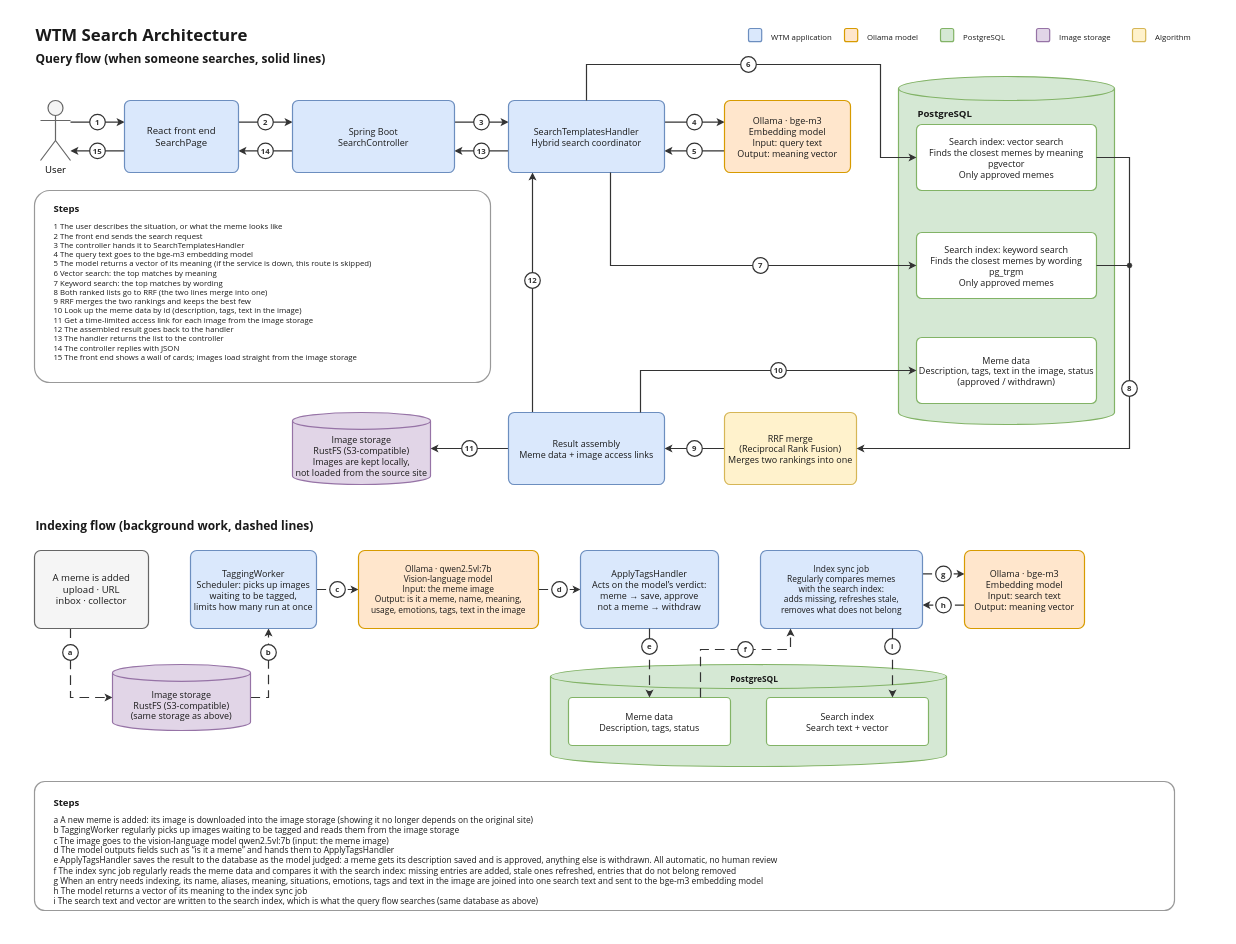
chun-wei0413/WTM keeps this draw.io diagram as docs/images/search-architecture.en.drawio. Above is the earlier version. Source tidied: cells renumbered, new cells numbered last; positions are measured from the earlier drawing's top-left corner, leaving out a move shared by most shapes. Both pictures are drawn from the tidied source at 60%, with x=0, y=0 at pixel (10, 10).
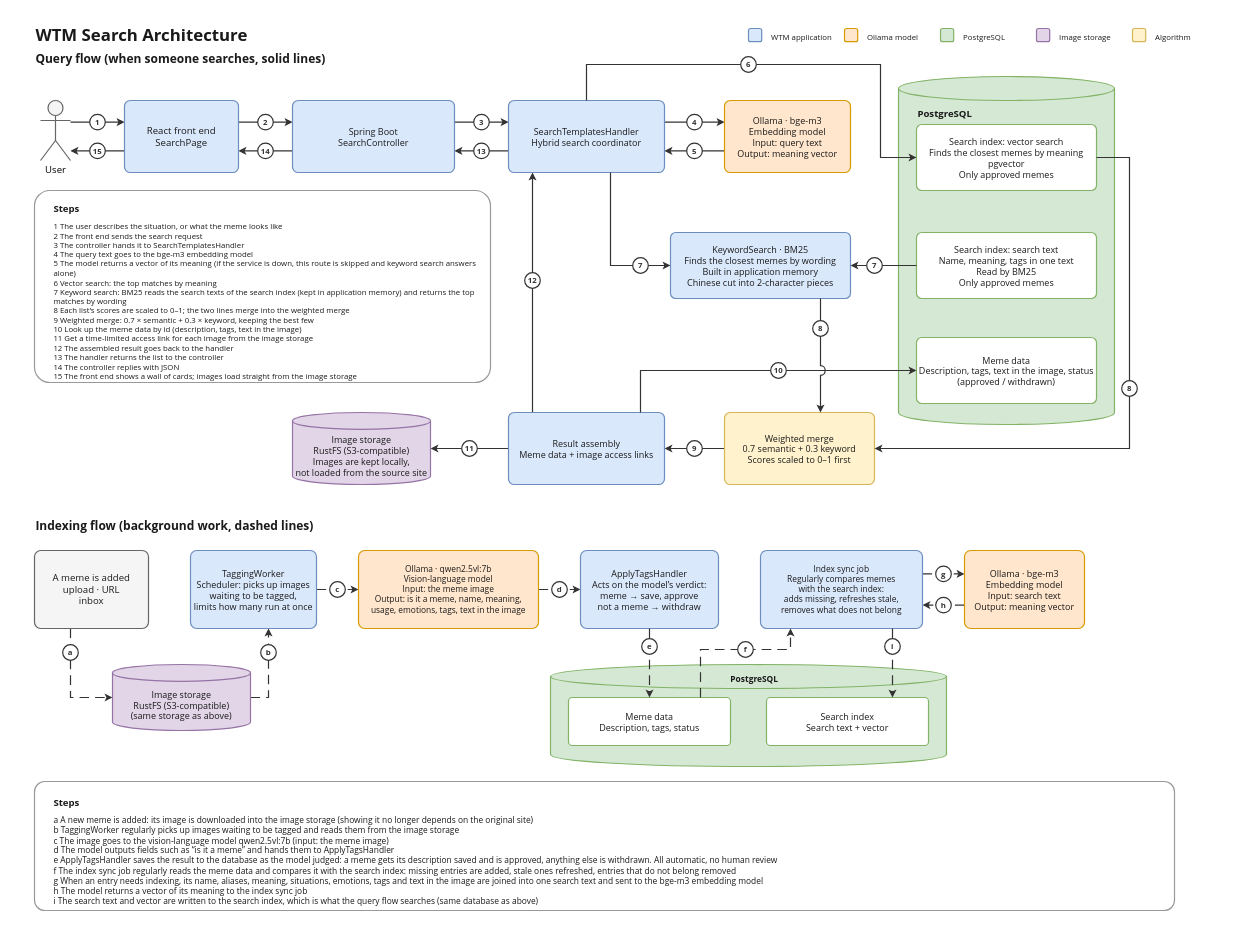
Above is the later version.

Diff of the diagram source:
```diff
@@
-    <mxCell id="30" value="Search index: keyword search&lt;br&gt;Finds the closest memes by wording&lt;br&gt;pg_trgm&lt;br&gt;Only approved memes" style="rounded=1;whiteSpace=wrap;html=1;arcSize=8;fillColor=#ffffff;strokeColor=#82b366;strokeWidth=2;fontSize=15;fontFamily=Segoe UI;fontColor=#1a1a1a;" parent="1" vertex="1">
+    <mxCell id="30" value="Search index: search text&lt;br&gt;Name, meaning, tags in one text&lt;br&gt;Read by BM25&lt;br&gt;Only approved memes" style="rounded=1;whiteSpace=wrap;html=1;arcSize=8;fillColor=#ffffff;strokeColor=#82b366;strokeWidth=2;fontSize=15;fontFamily=Segoe UI;fontColor=#1a1a1a;" parent="1" vertex="1">
       <mxGeometry x="1510" y="370" width="300" height="110" as="geometry" />
     </mxCell>
+    <mxCell id="96" value="KeywordSearch · BM25&lt;br&gt;Finds the closest memes by wording&lt;br&gt;Built in application memory&lt;br&gt;Chinese cut into 2-character pieces" style="rounded=1;whiteSpace=wrap;html=1;arcSize=8;fillColor=#dae8fc;strokeColor=#6c8ebf;strokeWidth=2;fontSize=15;fontFamily=Segoe UI;fontColor=#1a1a1a;" parent="1" vertex="1">
+      <mxGeometry x="1100" y="370" width="300" height="110" as="geometry" />
+    </mxCell>
@@
-    <mxCell id="34" value="RRF merge&lt;br&gt;(Reciprocal Rank Fusion)&lt;br&gt;Merges two rankings into one" style="rounded=1;whiteSpace=wrap;html=1;arcSize=8;fillColor=#fff2cc;strokeColor=#d6b656;strokeWidth=2;fontSize=15;fontFamily=Segoe UI;fontColor=#1a1a1a;" parent="1" vertex="1">
-      <mxGeometry x="1190" y="670" width="220" height="120" as="geometry" />
+    <mxCell id="34" value="Weighted merge&lt;br&gt;0.7 semantic + 0.3 keyword&lt;br&gt;Scores scaled to 0–1 first" style="rounded=1;whiteSpace=wrap;html=1;arcSize=8;fillColor=#fff2cc;strokeColor=#d6b656;strokeWidth=2;fontSize=15;fontFamily=Segoe UI;fontColor=#1a1a1a;" parent="1" vertex="1">
+      <mxGeometry x="1190" y="670" width="250" height="120" as="geometry" />
     </mxCell>
@@
-    <mxCell id="37" value="1  The user describes the situation, or what the meme looks like&lt;br&gt;2  The front end sends the search request&lt;br&gt;3  The controller hands it to SearchTemplatesHandler&lt;br&gt;4  The query text goes to the bge-m3 embedding model&lt;br&gt;5  The model returns a vector of its meaning (if the service is down, this route is skipped)&lt;br&gt;6  Vector search: the top matches by meaning&lt;br&gt;7  Keyword search: the top matches by wording&lt;br&gt;8  Both ranked lists go to RRF (the two lines merge into one)&lt;br&gt;9  RRF merges the two rankings and keeps the best few&lt;br&gt;10 Look up the meme data by id (description, tags, text in the image)&lt;br&gt;11 Get a time-limited access link for each image from the image storage&lt;br&gt;12 The assembled result goes back to the handler&lt;br&gt;13 The handler returns the list to the controller&lt;br&gt;14 The controller replies with JSON&lt;br&gt;15 The front end shows a wall of cards; images load straight from the image storage" style="text;html=1;whiteSpace=wrap;verticalAlign=top;align=left;fontSize=13;fontFamily=Segoe UI;fontColor=#1a1a1a;fontStyle=0;spacingLeft=0;spacingTop=0;" parent="1" vertex="1">
+    <mxCell id="37" value="1  The user describes the situation, or what the meme looks like&lt;br&gt;2  The front end sends the search request&lt;br&gt;3  The controller hands it to SearchTemplatesHandler&lt;br&gt;4  The query text goes to the bge-m3 embedding model&lt;br&gt;5  The model returns a vector of its meaning (if the service is down, this route is skipped and keyword search answers alone)&lt;br&gt;6  Vector search: the top matches by meaning&lt;br&gt;7  Keyword search: BM25 reads the search texts of the search index (kept in application memory) and returns the top matches by wording&lt;br&gt;8  Each list’s scores are scaled to 0–1; the two lines merge into the weighted merge&lt;br&gt;9  Weighted merge: 0.7 × semantic + 0.3 × keyword, keeping the best few&lt;br&gt;10 Look up the meme data by id (description, tags, text in the image)&lt;br&gt;11 Get a time-limited access link for each image from the image storage&lt;br&gt;12 The assembled result goes back to the handler&lt;br&gt;13 The handler returns the list to the controller&lt;br&gt;14 The controller replies with JSON&lt;br&gt;15 The front end shows a wall of cards; images load straight from the image storage" style="text;html=1;whiteSpace=wrap;verticalAlign=top;align=left;fontSize=13;fontFamily=Segoe UI;fontColor=#1a1a1a;fontStyle=0;spacingLeft=0;spacingTop=0;" parent="1" vertex="1">
       <mxGeometry x="70" y="346" width="710" height="270" as="geometry" />
     </mxCell>
@@
-    <mxCell id="39" value="A meme is added&lt;br&gt;upload · URL&lt;br&gt;inbox · collector" style="rounded=1;whiteSpace=wrap;html=1;arcSize=8;fillColor=#f5f5f5;strokeColor=#666666;strokeWidth=2;fontSize=16;fontFamily=Segoe UI;fontColor=#1a1a1a;" parent="1" vertex="1">
+    <mxCell id="39" value="A meme is added&lt;br&gt;upload · URL&lt;br&gt;inbox" style="rounded=1;whiteSpace=wrap;html=1;arcSize=8;fillColor=#f5f5f5;strokeColor=#666666;strokeWidth=2;fontSize=16;fontFamily=Segoe UI;fontColor=#1a1a1a;" parent="1" vertex="1">
       <mxGeometry x="40" y="900" width="190" height="130" as="geometry" />
     </mxCell>
@@
     <mxCell id="64" style="endArrow=classic;endSize=7;html=1;rounded=0;strokeWidth=2;strokeColor=#333333;" parent="1" edge="1">
       <mxGeometry relative="1" as="geometry">
         <mxPoint x="1000" y="270" as="sourcePoint" />
-        <mxPoint x="1510" y="425" as="targetPoint" />
+        <mxPoint x="1100" y="425" as="targetPoint" />
         <Array as="points">
           <mxPoint x="1000" y="425" />
         </Array>
       </mxGeometry>
     </mxCell>
     <mxCell id="65" style="endArrow=classic;endSize=7;html=1;rounded=0;strokeWidth=2;strokeColor=#333333;" parent="1" edge="1">
       <mxGeometry relative="1" as="geometry">
         <mxPoint x="1810" y="245" as="sourcePoint" />
-        <mxPoint x="1410" y="730" as="targetPoint" />
+        <mxPoint x="1440" y="730" as="targetPoint" />
         <Array as="points">
           <mxPoint x="1865" y="245" />
           <mxPoint x="1865" y="730" />
         </Array>
       </mxGeometry>
     </mxCell>
-    <mxCell id="66" style="endArrow=none;html=1;rounded=0;strokeWidth=2;strokeColor=#333333;" parent="1" edge="1">
-      <mxGeometry relative="1" as="geometry">
-        <mxPoint x="1810" y="425" as="sourcePoint" />
-        <mxPoint x="1865" y="425" as="targetPoint" />
-      </mxGeometry>
-    </mxCell>
-    <mxCell id="67" style="ellipse;html=1;fillColor=#333333;strokeColor=#333333;" parent="1" vertex="1">
-      <mxGeometry x="1861" y="421" width="8" height="8" as="geometry" />
-    </mxCell>
@@
+    <mxCell id="97" style="endArrow=classic;endSize=7;html=1;rounded=0;strokeWidth=2;strokeColor=#333333;" parent="1" edge="1">
+      <mxGeometry relative="1" as="geometry">
+        <mxPoint x="1510" y="425" as="sourcePoint" />
+        <mxPoint x="1400" y="425" as="targetPoint" />
+      </mxGeometry>
+    </mxCell>
+    <mxCell id="98" style="endArrow=classic;endSize=7;html=1;rounded=0;strokeWidth=2;strokeColor=#333333;jumpStyle=arc;jumpSize=14;" parent="1" edge="1">
+      <mxGeometry relative="1" as="geometry">
+        <mxPoint x="1350" y="480" as="sourcePoint" />
+        <mxPoint x="1350" y="670" as="targetPoint" />
+      </mxGeometry>
+    </mxCell>
@@
     <mxCell id="81" value="7" style="ellipse;whiteSpace=wrap;html=1;fillColor=#ffffff;strokeColor=#333333;strokeWidth=2;fontSize=13;fontStyle=1;fontFamily=Segoe UI;fontColor=#333333;" parent="1" vertex="1">
-      <mxGeometry x="1237" y="412" width="26" height="26" as="geometry" />
+      <mxGeometry x="1037" y="412" width="26" height="26" as="geometry" />
     </mxCell>
+    <mxCell id="99" value="7" style="ellipse;whiteSpace=wrap;html=1;fillColor=#ffffff;strokeColor=#333333;strokeWidth=2;fontSize=13;fontStyle=1;fontFamily=Segoe UI;fontColor=#333333;" parent="1" vertex="1">
+      <mxGeometry x="1427" y="412" width="26" height="26" as="geometry" />
+    </mxCell>
+    <mxCell id="100" value="8" style="ellipse;whiteSpace=wrap;html=1;fillColor=#ffffff;strokeColor=#333333;strokeWidth=2;fontSize=13;fontStyle=1;fontFamily=Segoe UI;fontColor=#333333;" parent="1" vertex="1">
+      <mxGeometry x="1337" y="517" width="26" height="26" as="geometry" />
+    </mxCell>
```
